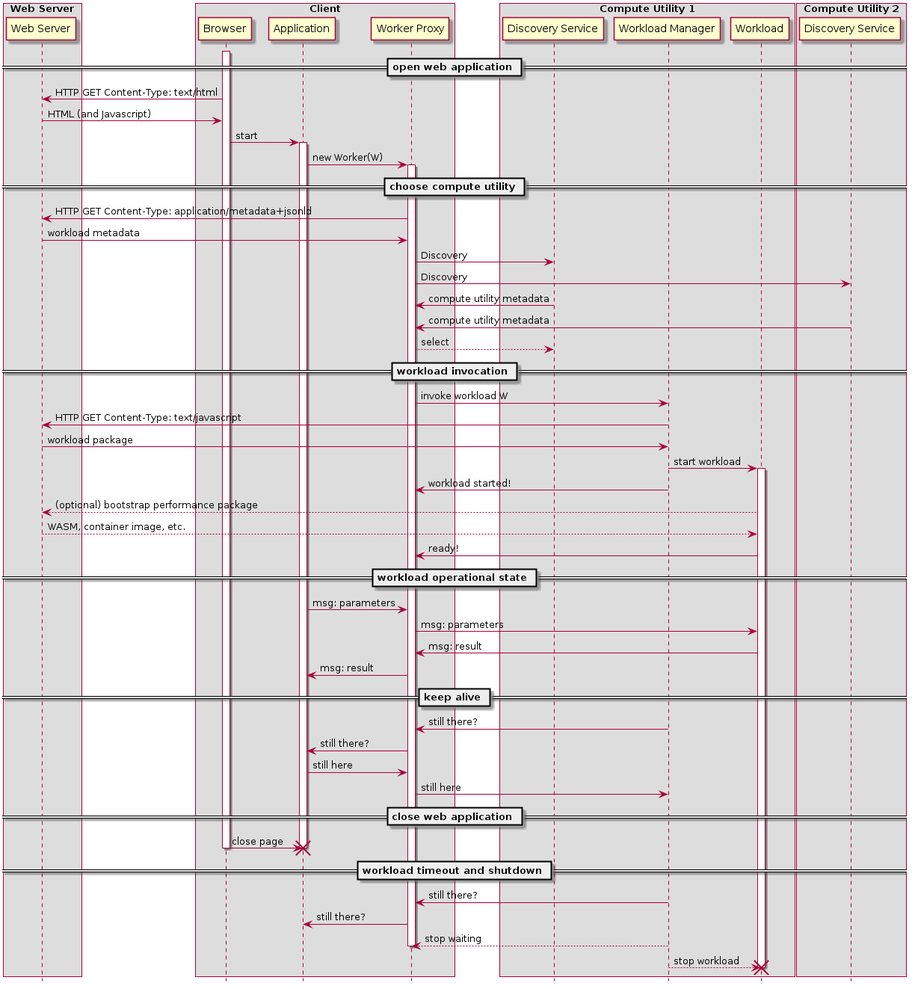
Earlier version of the PlantUML export images/DWflow.png (w3c/edge-computing-web-exploration). Its source is kept beside it as images/DWflow.puml.
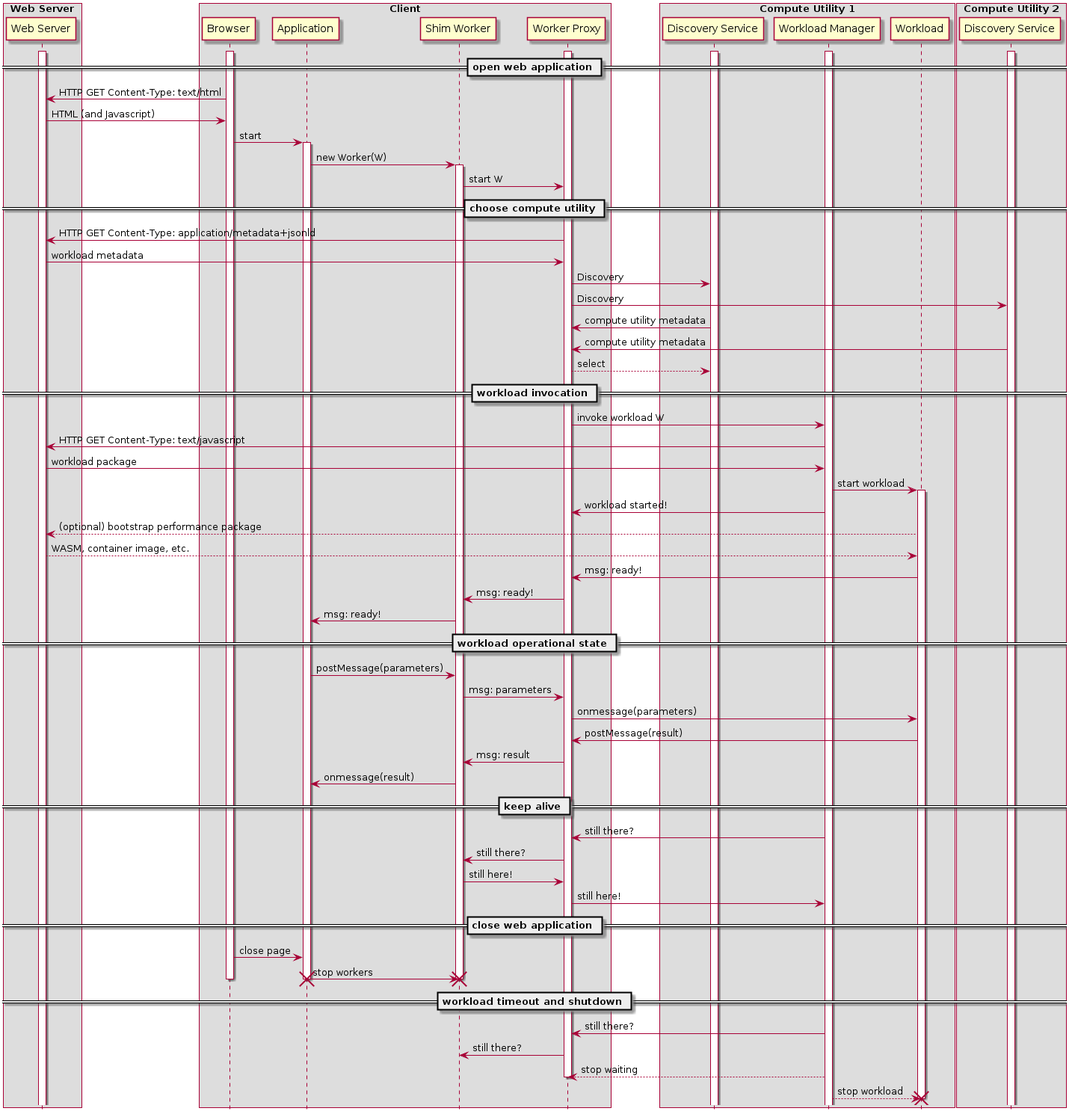
The same diagram one commit later.

Commit message:
IoT use case

The edit, as a diff of the source:
```diff
@@ -8,6 +8,7 @@
 box "Client"
 participant "Browser" as B
 participant "Application" as A
+participant "Shim Worker" as WH
 participant "Worker Proxy" as WP
 end box
 
@@ -21,6 +22,12 @@
 participant "Discovery Service" as DS2
 end box
 
+activate WP
+activate WS
+activate DS
+activate WM
+activate DS2
+
 == open web application ==
 
 activate B
@@ -28,8 +35,9 @@
 WS -> B: HTML (and Javascript)
 B -> A: start
 activate A
-A  -> WP: new Worker(W)
-activate WP
+A  -> WH: new Worker(W)
+activate WH
+WH -> WP: start W
 
 == choose compute utility ==
 
@@ -51,31 +59,37 @@
 WM -> WP: workload started!
 W  --> WS: (optional) bootstrap performance package
 WS --> W: WASM, container image, etc.
-W  -> WP: ready!
+W  -> WP: msg: ready!
+WP -> WH: msg: ready!
+WH -> A: msg: ready!
 
 == workload operational state ==
 
-A -> WP: msg: parameters
-WP -> W: msg: parameters
-W -> WP: msg: result
-WP -> A: msg: result
+A -> WH: postMessage(parameters)
+WH -> WP: msg: parameters
+WP -> W: onmessage(parameters)
+W -> WP: postMessage(result)
+WP -> WH: msg: result
+WH -> A: onmessage(result)
 
 == keep alive ==
 
 WM -> WP: still there?
-WP -> A: still there?
-A -> WP: still here
-WP -> WM: still here
+WP -> WH: still there?
+WH -> WP: still here!
+WP -> WM: still here!
 
 == close web application ==
 
 B -> A: close page
+A -> WH: stop workers
+deactivate B
 destroy A
-deactivate B
+destroy WH
 
 == workload timeout and shutdown ==
 WM -> WP: still there?
-WP -> A: still there?
+WP -> WH: still there?
 WM --> WP: stop waiting
 deactivate WP
 WM --> W: stop workload
```
